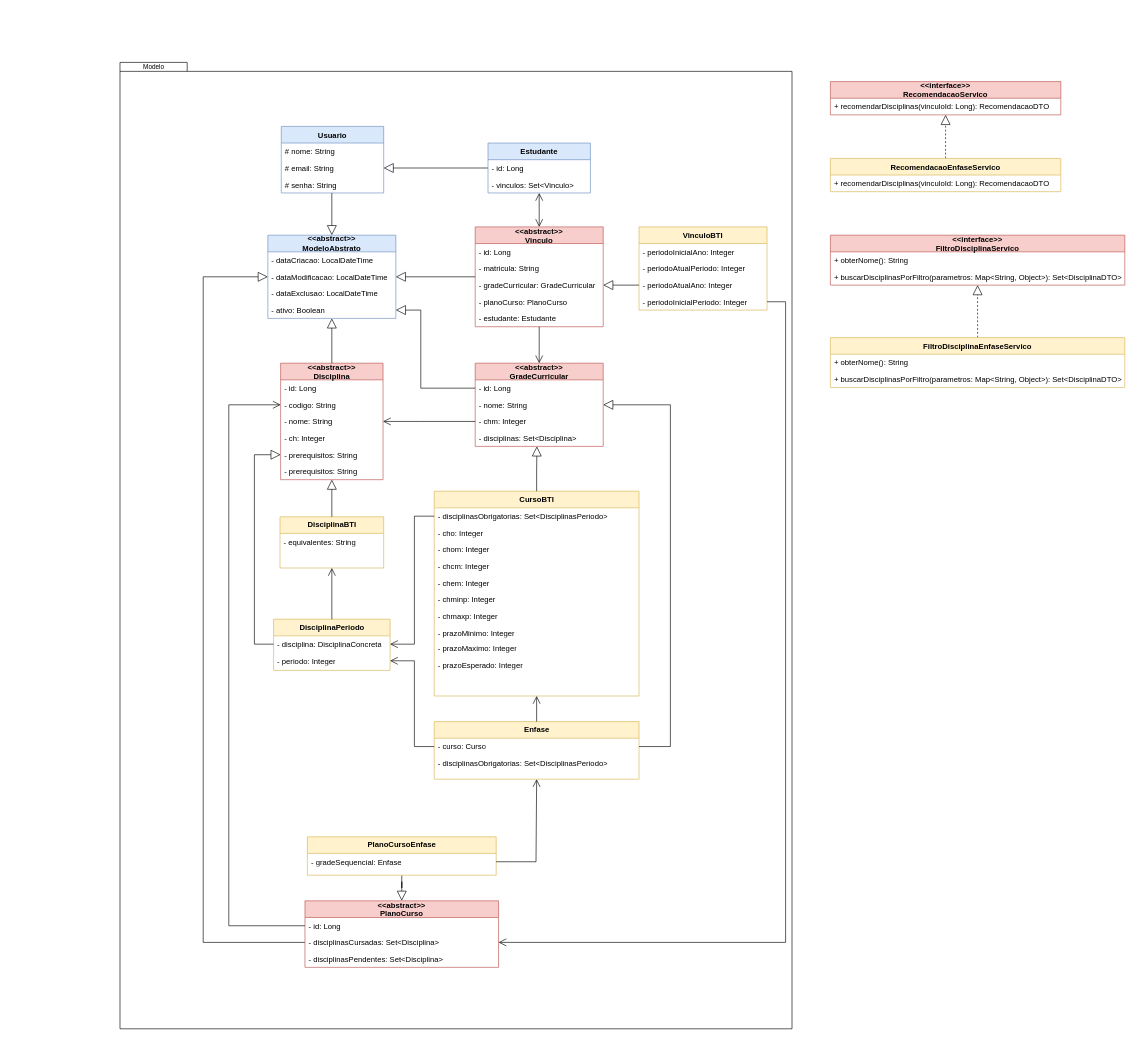
The draw.io diagram page "Modelo (app 2)" (4 of 9) of planejamento/modelagem/Temp.drawio in arturo32/PODE, before the edit. Source tidied: cells renumbered, new cells numbered last; positions are measured from the earlier drawing's top-left corner, leaving out a move shared by most shapes. Both pictures are drawn from the tidied source at 64%, with x=0, y=0 at pixel (11, 11).
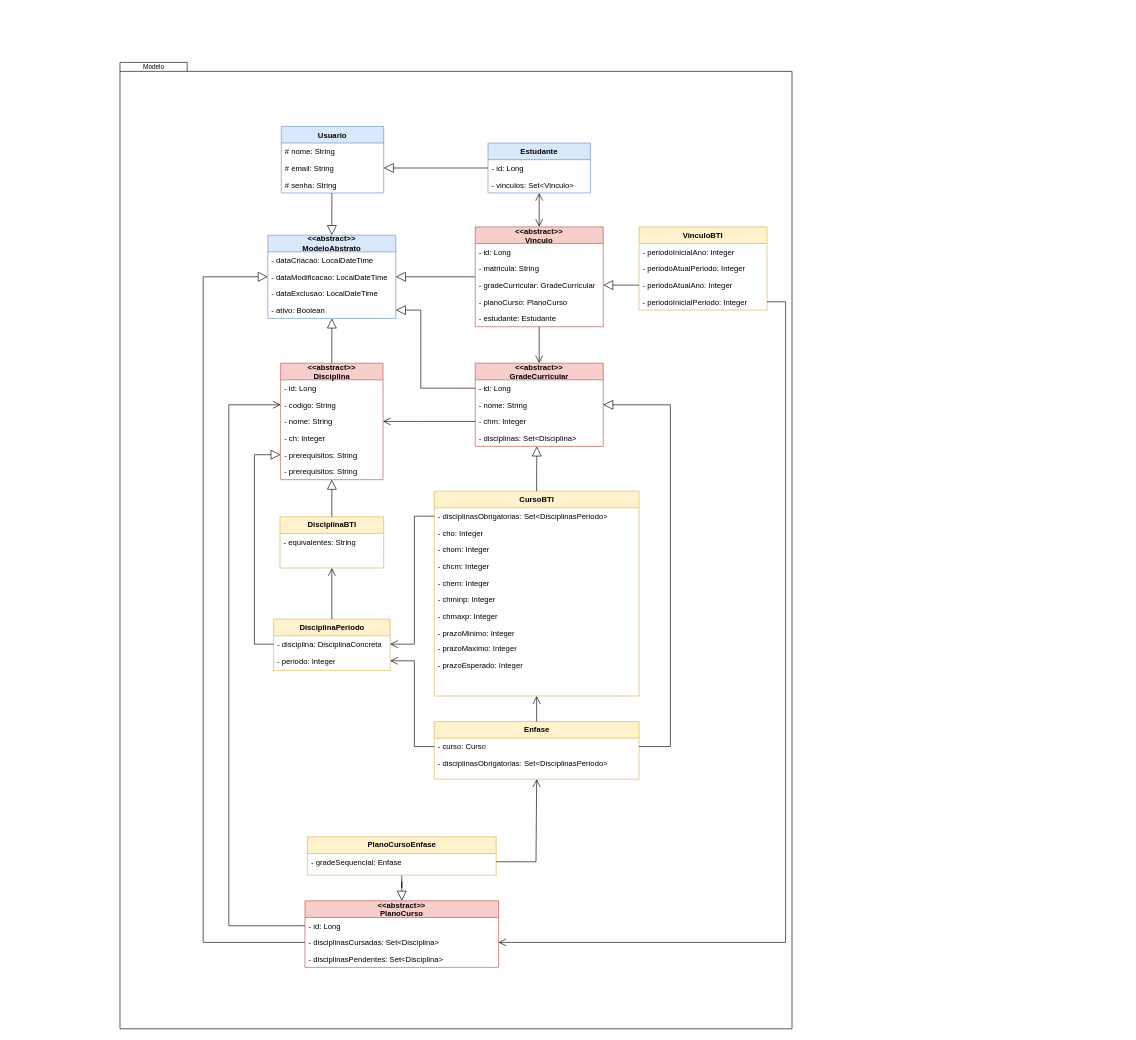
After the change.

The edit, as a diff of the source:
```diff
@@
-    <mxCell id="87" value="&lt;&lt;interface&gt;&gt;&#10;RecomendacaoServico" style="swimlane;fontStyle=1;align=center;verticalAlign=middle;horizontal=1;startSize=26;fontSize=12;fillColor=#f8cecc;strokeColor=#b85450;" parent="1" vertex="1">
-      <mxGeometry x="1280" y="110" width="360" height="52" as="geometry" />
-    </mxCell>
-    <mxCell id="88" value="+ recomendarDisciplinas(vinculoId: Long): RecomendacaoDTO" style="text;strokeColor=none;fillColor=none;align=left;verticalAlign=top;spacingLeft=4;spacingRight=4;overflow=hidden;fontSize=12;" parent="87" vertex="1">
-      <mxGeometry y="26" width="360" height="26" as="geometry" />
-    </mxCell>
-    <mxCell id="89" value="&lt;&lt;interface&gt;&gt;&#10;FiltroDisciplinaServico" style="swimlane;fontStyle=1;align=center;verticalAlign=middle;horizontal=1;startSize=26;fontSize=12;fillColor=#f8cecc;strokeColor=#b85450;" parent="1" vertex="1">
-      <mxGeometry x="1280" y="350" width="460" height="78" as="geometry" />
-    </mxCell>
-    <mxCell id="90" value="+ obterNome(): String" style="text;strokeColor=none;fillColor=none;align=left;verticalAlign=top;spacingLeft=4;spacingRight=4;overflow=hidden;fontSize=12;" parent="89" vertex="1">
-      <mxGeometry y="26" width="460" height="26" as="geometry" />
-    </mxCell>
-    <mxCell id="91" value="+ buscarDisciplinasPorFiltro(parametros: Map&lt;String, Object&gt;): Set&lt;DisciplinaDTO&gt;" style="text;strokeColor=none;fillColor=none;align=left;verticalAlign=top;spacingLeft=4;spacingRight=4;overflow=hidden;fontSize=12;" parent="89" vertex="1">
-      <mxGeometry y="52" width="460" height="26" as="geometry" />
-    </mxCell>
-    <mxCell id="92" style="edgeStyle=orthogonalEdgeStyle;rounded=0;jettySize=auto;html=1;entryX=0.5;entryY=1;entryDx=0;entryDy=0;fontSize=11;fontStyle=1;strokeWidth=1;endFill=0;endArrow=block;endSize=13;startSize=10;dashed=1;" parent="1" edge="1" source="93" target="87">
-      <mxGeometry relative="1" as="geometry" />
-    </mxCell>
-    <mxCell id="93" value="RecomendacaoEnfaseServico" style="swimlane;fontStyle=1;align=center;verticalAlign=middle;horizontal=1;startSize=26;fontSize=12;fillColor=#fff2cc;strokeColor=#d6b656;" parent="1" vertex="1">
-      <mxGeometry x="1280" y="230" width="360" height="52" as="geometry" />
-    </mxCell>
-    <mxCell id="94" value="+ recomendarDisciplinas(vinculoId: Long): RecomendacaoDTO" style="text;strokeColor=none;fillColor=none;align=left;verticalAlign=top;spacingLeft=4;spacingRight=4;overflow=hidden;fontSize=12;" parent="93" vertex="1">
-      <mxGeometry y="26" width="360" height="26" as="geometry" />
-    </mxCell>
-    <mxCell id="95" style="edgeStyle=orthogonalEdgeStyle;rounded=0;jettySize=auto;html=1;entryX=0.5;entryY=1;entryDx=0;entryDy=0;dashed=1;fontSize=11;fontStyle=1;strokeWidth=1;endFill=0;endArrow=block;endSize=13;startSize=10;" parent="1" edge="1" source="96" target="89">
-      <mxGeometry relative="1" as="geometry" />
-    </mxCell>
-    <mxCell id="96" value="FiltroDisciplinaEnfaseServico" style="swimlane;fontStyle=1;align=center;verticalAlign=middle;horizontal=1;startSize=26;fontSize=12;fillColor=#fff2cc;strokeColor=#d6b656;" parent="1" vertex="1">
-      <mxGeometry x="1280" y="510" width="460" height="78" as="geometry" />
-    </mxCell>
-    <mxCell id="97" value="+ obterNome(): String" style="text;strokeColor=none;fillColor=none;align=left;verticalAlign=top;spacingLeft=4;spacingRight=4;overflow=hidden;fontSize=12;" parent="96" vertex="1">
-      <mxGeometry y="26" width="460" height="26" as="geometry" />
-    </mxCell>
-    <mxCell id="98" value="+ buscarDisciplinasPorFiltro(parametros: Map&lt;String, Object&gt;): Set&lt;DisciplinaDTO&gt;" style="text;strokeColor=none;fillColor=none;align=left;verticalAlign=top;spacingLeft=4;spacingRight=4;overflow=hidden;fontSize=12;" parent="96" vertex="1">
-      <mxGeometry y="52" width="460" height="26" as="geometry" />
-    </mxCell>
```
